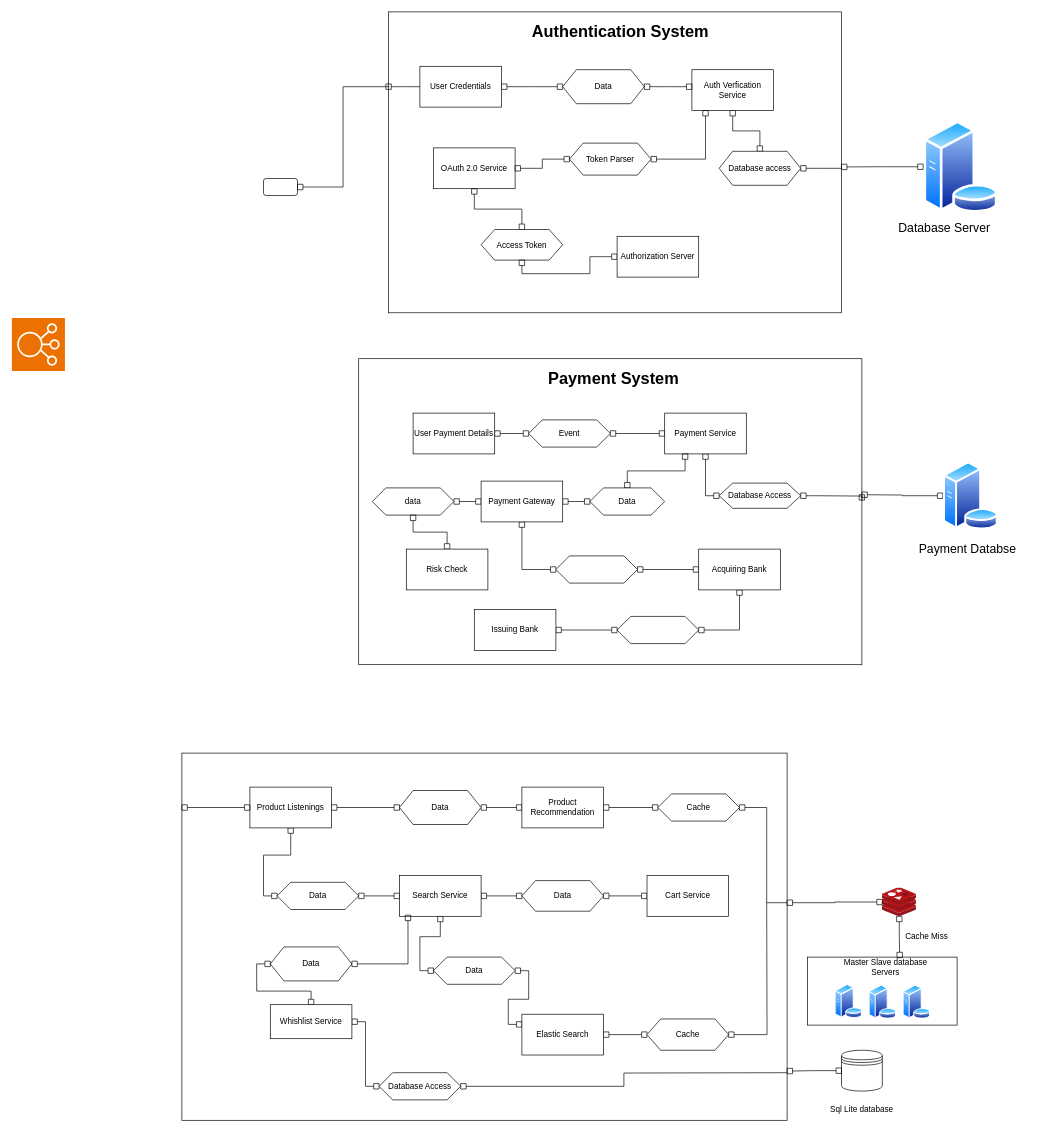
This is Untitled Diagram.drawio from HASSAN5077/draw.io, a draw.io file, before an edit. Source tidied: cells renumbered, new cells numbered last; positions are measured from the earlier drawing's top-left corner, leaving out a move shared by most shapes. Both pictures are drawn from the tidied source at 68%, with x=0, y=0 at pixel (12, 12).
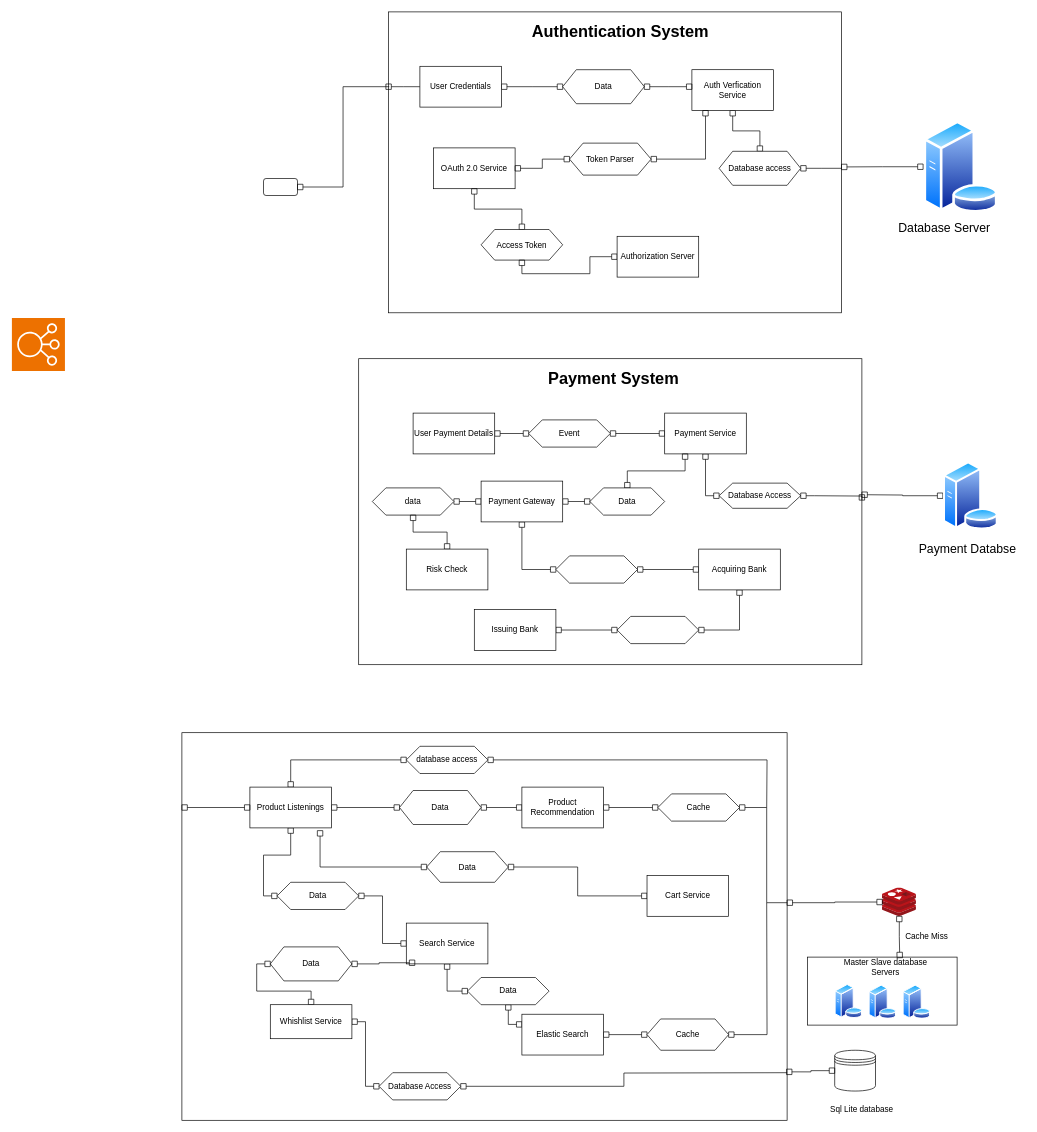
The same diagram, later.

Unchanged cells that the change refers to:
```xml
<mxCell id="59" value="Product Listenings" style="rounded=0;whiteSpace=wrap;html=1;" parent="1" vertex="1">
  <mxGeometry x="350" y="1140" width="120" height="60" as="geometry" />
</mxCell>
```

Diff of the diagram source:
```diff
@@
     <mxCell id="56" style="rounded=0;whiteSpace=wrap;html=1;" parent="1" vertex="1">
-      <mxGeometry x="250" y="1090" width="890" height="540" as="geometry" />
+      <mxGeometry x="250" y="1060" width="890" height="570" as="geometry" />
     </mxCell>
@@
+    <mxCell id="100" style="edgeStyle=orthogonalEdgeStyle;rounded=0;jettySize=auto;html=1;entryX=0;entryY=0.5;entryDx=0;entryDy=0;endArrow=box;endFill=0;startArrow=box;startFill=0;" parent="1" edge="1" source="59" target="103">
+      <mxGeometry relative="1" as="geometry">
+        <Array as="points">
+          <mxPoint x="410" y="1100" />
+        </Array>
+      </mxGeometry>
+    </mxCell>
@@
-    <mxCell id="66" style="edgeStyle=orthogonalEdgeStyle;rounded=0;jettySize=auto;html=1;entryX=0;entryY=0.5;entryDx=0;entryDy=0;endArrow=box;endFill=0;startArrow=box;startFill=0;" parent="1" edge="1" source="68" target="74">
-      <mxGeometry relative="1" as="geometry" />
-    </mxCell>
@@
     <mxCell id="68" value="Search Service" style="rounded=0;whiteSpace=wrap;html=1;" parent="1" vertex="1">
-      <mxGeometry x="570" y="1270" width="120" height="60" as="geometry" />
+      <mxGeometry x="580" y="1340" width="120" height="60" as="geometry" />
     </mxCell>
@@
     <mxCell id="70" value="Data" style="shape=hexagon;perimeter=hexagonPerimeter2;whiteSpace=wrap;html=1;fixedSize=1;" parent="1" vertex="1">
-      <mxGeometry x="620" y="1390" width="120" height="40" as="geometry" />
+      <mxGeometry x="670" y="1420" width="120" height="40" as="geometry" />
     </mxCell>
@@
     <mxCell id="74" value="Data" style="shape=hexagon;perimeter=hexagonPerimeter2;whiteSpace=wrap;html=1;fixedSize=1;" parent="1" vertex="1">
-      <mxGeometry x="750" y="1277.5" width="120" height="45" as="geometry" />
+      <mxGeometry x="610" y="1235" width="120" height="45" as="geometry" />
     </mxCell>
@@
     <mxCell id="95" style="shape=datastore;whiteSpace=wrap;html=1;" parent="1" vertex="1">
-      <mxGeometry x="1220" y="1527" width="60" height="60" as="geometry" />
+      <mxGeometry x="1210" y="1527" width="60" height="60" as="geometry" />
     </mxCell>
@@
-    <mxCell id="97" style="edgeStyle=orthogonalEdgeStyle;rounded=0;jettySize=auto;html=1;entryX=1;entryY=0.866;entryDx=0;entryDy=0;entryPerimeter=0;endArrow=box;endFill=0;startArrow=box;startFill=0;" parent="1" edge="1" source="95" target="56">
+    <mxCell id="97" style="edgeStyle=orthogonalEdgeStyle;rounded=0;jettySize=auto;html=1;entryX=0.999;entryY=0.875;entryDx=0;entryDy=0;entryPerimeter=0;endArrow=box;endFill=0;startArrow=box;startFill=0;" parent="1" edge="1" source="95" target="56">
       <mxGeometry relative="1" as="geometry" />
     </mxCell>
@@
+    <mxCell id="101" style="edgeStyle=orthogonalEdgeStyle;rounded=0;jettySize=auto;html=1;entryX=0.86;entryY=1.067;entryDx=0;entryDy=0;entryPerimeter=0;endArrow=box;endFill=0;startArrow=box;startFill=0;" parent="1" edge="1" source="74" target="59">
+      <mxGeometry relative="1" as="geometry" />
+    </mxCell>
+    <mxCell id="102" style="edgeStyle=orthogonalEdgeStyle;rounded=0;jettySize=auto;html=1;endArrow=none;endFill=0;startArrow=box;startFill=0;" parent="1" edge="1" source="103">
+      <mxGeometry relative="1" as="geometry">
+        <mxPoint x="1110" y="1170" as="targetPoint" />
+      </mxGeometry>
+    </mxCell>
+    <mxCell id="103" value="database access" style="shape=hexagon;perimeter=hexagonPerimeter2;whiteSpace=wrap;html=1;fixedSize=1;" parent="1" vertex="1">
+      <mxGeometry x="580" y="1080" width="120" height="40" as="geometry" />
+    </mxCell>
```
